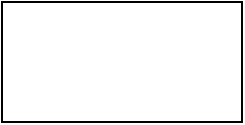
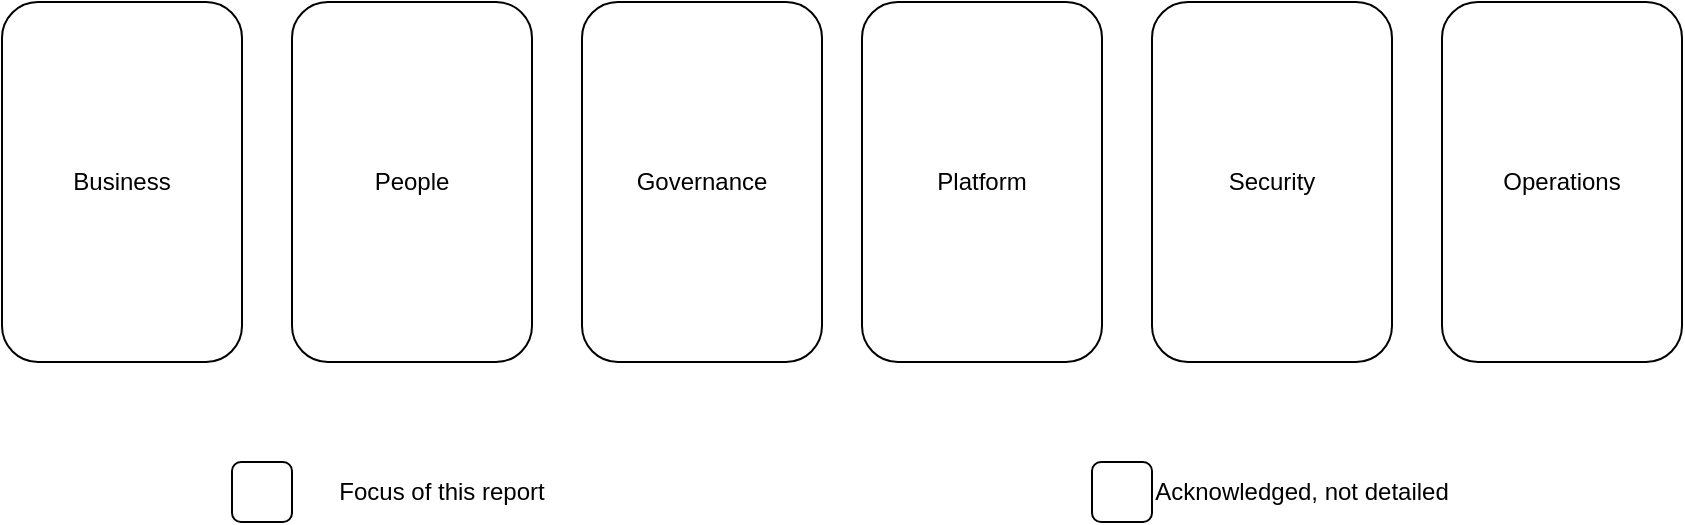
<mxfile host="app.diagrams.net">
  <diagram name="Page-1" id="cO2-TLs6evs9_J_uviOe">
-     <mxGraphModel dx="1414" dy="751" grid="1" gridSize="10" guides="1" tooltips="1" connect="1" arrows="1" fold="1" page="1" pageScale="1" pageWidth="850" pageHeight="1100" math="0" shadow="0">
+     <mxGraphModel dx="1174" dy="635" grid="1" gridSize="10" guides="1" tooltips="1" connect="1" arrows="1" fold="1" page="1" pageScale="1" pageWidth="850" pageHeight="1100" math="0" shadow="0">
      <root>
        <mxCell id="0" />
        <mxCell id="1" parent="0" />
-         <mxCell id="iwPtlxqdZzTYFlej-v0S-1" parent="1" style="rounded=0;whiteSpace=wrap;html=1;" value="" vertex="1">
-           <mxGeometry height="60" width="120" x="310" y="320" as="geometry" />
+         <mxCell id="bIzzHaxW_H1xYnhXATZC-2" parent="1" style="rounded=1;whiteSpace=wrap;html=1;" value="Governance" vertex="1">
+           <mxGeometry height="180" width="120" x="290" y="290" as="geometry" />
+         </mxCell>
+         <mxCell id="bIzzHaxW_H1xYnhXATZC-3" parent="1" style="rounded=1;whiteSpace=wrap;html=1;" value="People" vertex="1">
+           <mxGeometry height="180" width="120" x="145" y="290" as="geometry" />
+         </mxCell>
+         <mxCell id="bIzzHaxW_H1xYnhXATZC-4" parent="1" style="rounded=1;whiteSpace=wrap;html=1;" value="Business" vertex="1">
+           <mxGeometry height="180" width="120" y="290" as="geometry" />
+         </mxCell>
+         <mxCell id="bIzzHaxW_H1xYnhXATZC-5" parent="1" style="rounded=1;whiteSpace=wrap;html=1;" value="Operations" vertex="1">
+           <mxGeometry height="180" width="120" x="720" y="290" as="geometry" />
+         </mxCell>
+         <mxCell id="bIzzHaxW_H1xYnhXATZC-6" parent="1" style="rounded=1;whiteSpace=wrap;html=1;" value="Platform" vertex="1">
+           <mxGeometry height="180" width="120" x="430" y="290" as="geometry" />
+         </mxCell>
+         <mxCell id="bIzzHaxW_H1xYnhXATZC-7" parent="1" style="rounded=1;whiteSpace=wrap;html=1;" value="Security" vertex="1">
+           <mxGeometry height="180" width="120" x="575" y="290" as="geometry" />
+         </mxCell>
+         <mxCell id="bIzzHaxW_H1xYnhXATZC-8" parent="1" style="rounded=1;whiteSpace=wrap;html=1;" value="" vertex="1">
+           <mxGeometry height="30" width="30" x="115" y="520" as="geometry" />
+         </mxCell>
+         <mxCell id="bIzzHaxW_H1xYnhXATZC-9" parent="1" style="rounded=1;whiteSpace=wrap;html=1;" value="" vertex="1">
+           <mxGeometry height="30" width="30" x="545" y="520" as="geometry" />
+         </mxCell>
+         <mxCell id="bIzzHaxW_H1xYnhXATZC-11" parent="1" style="text;html=1;whiteSpace=wrap;strokeColor=none;fillColor=none;align=center;verticalAlign=middle;rounded=0;" value="Acknowledged, not detailed" vertex="1">
+           <mxGeometry height="30" width="150" x="575" y="520" as="geometry" />
+         </mxCell>
+         <mxCell id="bIzzHaxW_H1xYnhXATZC-13" parent="1" style="text;html=1;whiteSpace=wrap;strokeColor=none;fillColor=none;align=center;verticalAlign=middle;rounded=0;" value="Focus of this report" vertex="1">
+           <mxGeometry height="30" width="150" x="145" y="520" as="geometry" />
        </mxCell>
      </root>
    </mxGraphModel>
  </diagram>
</mxfile>
